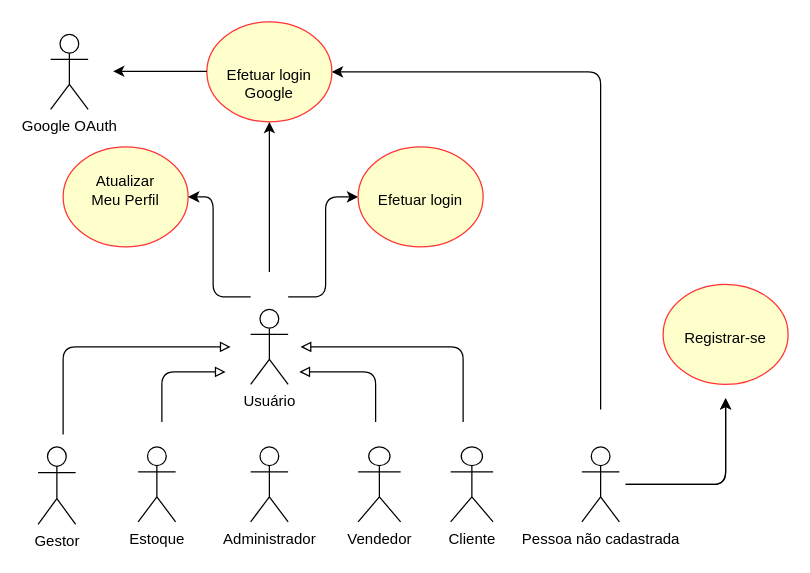
Earlier version of the draw.io diagram page "Usuário" (1 of 7) of projeto/documentacao/Diagrama de casos de uso.drawio (adjamirgalvao/pucminas). Source tidied: cells renumbered, new cells numbered last; positions are measured from the earlier drawing's top-left corner, leaving out a move shared by most shapes. Both pictures are drawn from the tidied source at 125%, with x=0, y=0 at pixel (38, 21).
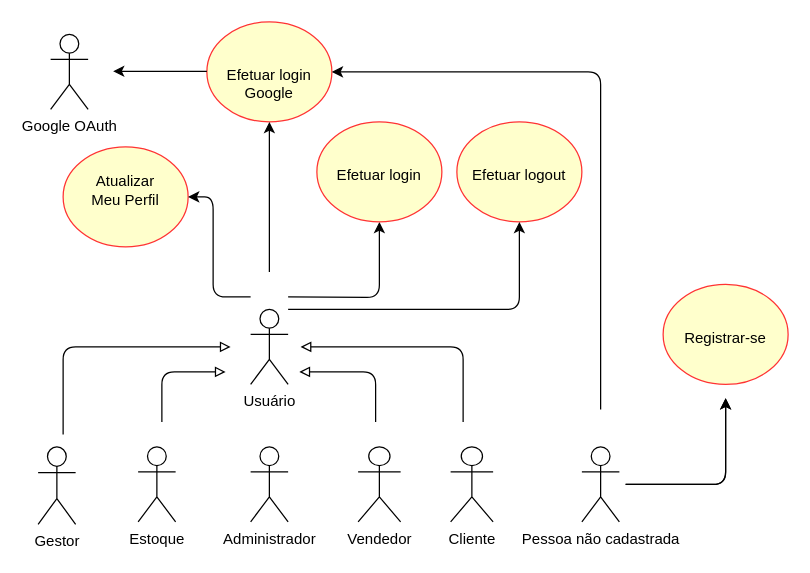
The same diagram, later.

Unchanged cells that the change refers to:
```xml
<mxCell id="4" value="Usuário" style="shape=umlActor;verticalLabelPosition=bottom;verticalAlign=top;html=1;outlineConnect=0;" parent="1" vertex="1">
  <mxGeometry x="170" y="230" width="30" height="60" as="geometry" />
</mxCell>
```

Change to the diagram source:
```diff
@@
-    <mxCell id="2" style="edgeStyle=orthogonalEdgeStyle;rounded=1;jettySize=auto;html=1;" parent="1" edge="1" target="5">
+    <mxCell id="2" style="edgeStyle=orthogonalEdgeStyle;rounded=1;jettySize=auto;html=1;entryX=0.5;entryY=1;entryDx=0;entryDy=0;" parent="1" edge="1" target="5">
       <mxGeometry relative="1" as="geometry">
         <mxPoint x="200" y="220" as="sourcePoint" />
-        <Array as="points">
-          <mxPoint x="230" y="220" />
-          <mxPoint x="230" y="140" />
-        </Array>
       </mxGeometry>
     </mxCell>
@@
     <mxCell id="5" value="&lt;br&gt;&lt;br&gt;Efetuar login" style="ellipse;whiteSpace=wrap;html=1;verticalAlign=top;fillColor=#FFFFCC;strokeColor=#FF3333;" parent="1" vertex="1">
-      <mxGeometry x="256" y="100" width="100" height="80" as="geometry" />
+      <mxGeometry x="223" y="80" width="100" height="80" as="geometry" />
     </mxCell>
@@
+    <mxCell id="25" value="&lt;br&gt;&lt;br&gt;Efetuar logout" style="ellipse;whiteSpace=wrap;html=1;verticalAlign=top;fillColor=#FFFFCC;strokeColor=#FF3333;" parent="1" vertex="1">
+      <mxGeometry x="335" y="80" width="100" height="80" as="geometry" />
+    </mxCell>
+    <mxCell id="26" style="edgeStyle=orthogonalEdgeStyle;rounded=1;jettySize=auto;html=1;entryX=0.5;entryY=1;entryDx=0;entryDy=0;" parent="1" edge="1" source="4" target="25">
+      <mxGeometry relative="1" as="geometry">
+        <Array as="points">
+          <mxPoint x="385" y="230" />
+        </Array>
+      </mxGeometry>
+    </mxCell>
```
